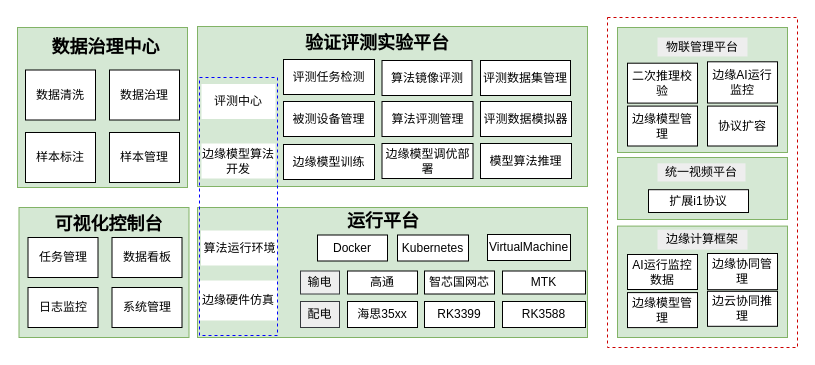
The draw.io diagram page "第 2 页" (2 of 2) of 验证实验评测平台4.0.drawio in paleblackless/diagrams, before the edit. Source tidied: cells renumbered, new cells numbered last; positions are measured from the earlier drawing's top-left corner, leaving out a move shared by most shapes. Both pictures are drawn from the tidied source at 100%, with x=0, y=0 at pixel (17, 17).
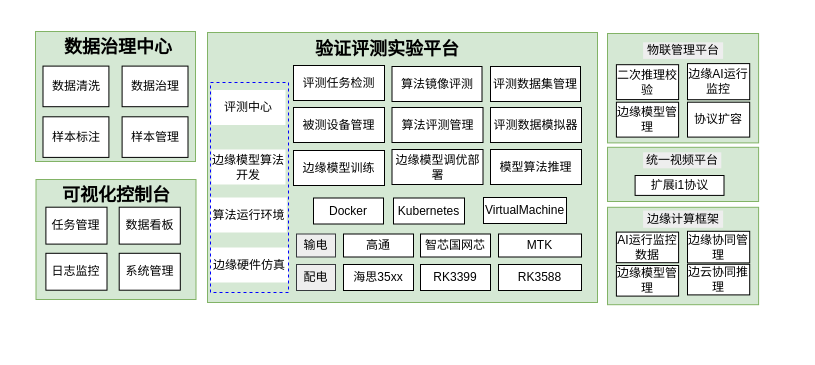
After the change.

Commit message:
更新验证实验评测平台4.0.drawio

Diff of the diagram source:
```diff
@@
-    <mxCell id="2" style="rounded=0;whiteSpace=wrap;html=1;fillColor=#d5e8d4;strokeColor=#82b366;" parent="1" vertex="1">
-      <mxGeometry x="600" y="140" width="170" height="62" as="geometry" />
-    </mxCell>
-    <mxCell id="3" style="rounded=0;whiteSpace=wrap;html=1;fillColor=#d5e8d4;strokeColor=#82b366;" parent="1" vertex="1">
-      <mxGeometry y="10" width="170" height="160" as="geometry" />
-    </mxCell>
-    <mxCell id="4" style="group;" parent="1" vertex="1">
-      <mxGeometry x="8" y="15" width="154" height="150" as="geometry" />
-    </mxCell>
-    <mxCell id="5" value="&lt;font style=&quot;font-size: 18px;&quot;&gt;&lt;b&gt;数据治理中心&lt;/b&gt;&lt;/font&gt;" style="text;html=1;strokeColor=none;fillColor=none;align=center;verticalAlign=middle;whiteSpace=wrap;rounded=0;fontFamily=Helvetica;fontSize=21;" parent="4" vertex="1">
-      <mxGeometry x="7" width="147" height="25" as="geometry" />
-    </mxCell>
-    <mxCell id="6" value="数据清洗" style="rounded=0;whiteSpace=wrap;html=1;" parent="4" vertex="1">
-      <mxGeometry y="37.5" width="70" height="50" as="geometry" />
-    </mxCell>
-    <mxCell id="7" value="样本管理" style="rounded=0;whiteSpace=wrap;html=1;" parent="4" vertex="1">
-      <mxGeometry x="84" y="100" width="70" height="50" as="geometry" />
-    </mxCell>
-    <mxCell id="8" value="样本标注" style="rounded=0;whiteSpace=wrap;html=1;" parent="4" vertex="1">
-      <mxGeometry y="100" width="70" height="50" as="geometry" />
-    </mxCell>
-    <mxCell id="9" value="数据治理" style="rounded=0;whiteSpace=wrap;html=1;" parent="4" vertex="1">
-      <mxGeometry x="84" y="37.5" width="70" height="50" as="geometry" />
-    </mxCell>
-    <mxCell id="10" style="rounded=0;whiteSpace=wrap;html=1;fillColor=#d5e8d4;strokeColor=#82b366;" parent="1" vertex="1">
-      <mxGeometry x="180" y="190" width="390" height="130" as="geometry" />
-    </mxCell>
-    <mxCell id="11" value="高通" style="rounded=0;whiteSpace=wrap;html=1;" parent="1" vertex="1">
-      <mxGeometry x="330" y="253.5" width="70" height="23" as="geometry" />
-    </mxCell>
-    <mxCell id="12" value="智芯国网芯" style="rounded=0;whiteSpace=wrap;html=1;" parent="1" vertex="1">
-      <mxGeometry x="407" y="253.5" width="70" height="23" as="geometry" />
-    </mxCell>
-    <mxCell id="13" value="MTK" style="rounded=0;whiteSpace=wrap;html=1;" parent="1" vertex="1">
-      <mxGeometry x="485" y="253.5" width="83" height="23" as="geometry" />
-    </mxCell>
-    <mxCell id="14" value="海思35xx" style="rounded=0;whiteSpace=wrap;html=1;" parent="1" vertex="1">
-      <mxGeometry x="330" y="284" width="70" height="26" as="geometry" />
-    </mxCell>
-    <mxCell id="15" value="RK3399" style="rounded=0;whiteSpace=wrap;html=1;" parent="1" vertex="1">
-      <mxGeometry x="407" y="284" width="70" height="26" as="geometry" />
-    </mxCell>
-    <mxCell id="16" value="RK3588" style="rounded=0;whiteSpace=wrap;html=1;" parent="1" vertex="1">
-      <mxGeometry x="485" y="284" width="83" height="26" as="geometry" />
-    </mxCell>
-    <mxCell id="17" value="输电" style="rounded=0;whiteSpace=wrap;html=1;strokeColor=#36393d;fillColor=#eeeeee;" parent="1" vertex="1">
-      <mxGeometry x="283" y="253.5" width="39" height="23" as="geometry" />
-    </mxCell>
-    <mxCell id="18" value="配电" style="rounded=0;whiteSpace=wrap;html=1;strokeColor=#36393d;fillColor=#eeeeee;" parent="1" vertex="1">
-      <mxGeometry x="283" y="284" width="39" height="26" as="geometry" />
-    </mxCell>
-    <mxCell id="19" style="rounded=0;whiteSpace=wrap;html=1;fillColor=#d5e8d4;strokeColor=#82b366;" parent="1" vertex="1">
-      <mxGeometry x="1.5" y="190" width="170" height="130" as="geometry" />
-    </mxCell>
-    <mxCell id="20" value="&lt;font style=&quot;font-size: 18px;&quot;&gt;&lt;b&gt;可视化控制台&lt;/b&gt;&lt;/font&gt;" style="text;html=1;strokeColor=none;fillColor=none;align=center;verticalAlign=middle;whiteSpace=wrap;rounded=0;fontFamily=Helvetica;fontSize=21;" parent="1" vertex="1">
-      <mxGeometry x="17.5" y="190" width="147" height="30" as="geometry" />
-    </mxCell>
-    <mxCell id="21" value="任务管理" style="rounded=0;whiteSpace=wrap;html=1;" parent="1" vertex="1">
-      <mxGeometry x="10.5" y="220" width="70" height="40" as="geometry" />
-    </mxCell>
-    <mxCell id="22" value="数据看板" style="rounded=0;whiteSpace=wrap;html=1;" parent="1" vertex="1">
-      <mxGeometry x="94.5" y="220" width="70" height="40" as="geometry" />
-    </mxCell>
-    <mxCell id="23" value="日志监控" style="rounded=0;whiteSpace=wrap;html=1;" parent="1" vertex="1">
-      <mxGeometry x="10.5" y="270" width="70" height="40" as="geometry" />
-    </mxCell>
-    <mxCell id="24" value="系统管理" style="rounded=0;whiteSpace=wrap;html=1;" parent="1" vertex="1">
-      <mxGeometry x="94.5" y="270" width="70" height="40" as="geometry" />
-    </mxCell>
+    <mxCell id="63" style="group;" parent="1" vertex="1">
+      <mxGeometry x="190" y="15" width="390" height="270" as="geometry" />
+    </mxCell>
-    <mxCell id="25" style="group;fillColor=#d5e8d4;strokeColor=#82b366;" parent="1" vertex="1">
-      <mxGeometry x="180" y="9" width="390" height="160" as="geometry" />
+    <mxCell id="25" style="group;fillColor=#d5e8d4;strokeColor=#82b366;" parent="63" vertex="1">
+      <mxGeometry width="390" height="270" as="geometry" />
     </mxCell>
-    <mxCell id="26" style="rounded=0;whiteSpace=wrap;html=1;fillColor=#d5e8d4;strokeColor=#82b366;" parent="25" vertex="1">
-      <mxGeometry width="390" height="160" as="geometry" />
-    </mxCell>
-    <mxCell id="27" value="&lt;span style=&quot;font-size: 18px;&quot;&gt;&lt;b&gt;验证评测实验平台&lt;/b&gt;&lt;/span&gt;" style="text;html=1;strokeColor=none;fillColor=none;align=center;verticalAlign=middle;whiteSpace=wrap;rounded=0;fontFamily=Helvetica;fontSize=21;" parent="25" vertex="1">
+    <mxCell id="27" value="&lt;span style=&quot;font-size: 18px;&quot;&gt;&lt;b&gt;验证评测实验平台&lt;/b&gt;&lt;/span&gt;" style="text;html=1;strokeColor=none;fillColor=none;align=center;verticalAlign=middle;whiteSpace=wrap;rounded=0;fontFamily=Helvetica;fontSize=21;" parent="63" vertex="1">
       <mxGeometry x="100" width="160" height="30" as="geometry" />
     </mxCell>
-    <mxCell id="28" value="评测中心" style="rounded=0;whiteSpace=wrap;html=1;strokeColor=none;" parent="25" vertex="1">
+    <mxCell id="28" value="评测中心" style="rounded=0;whiteSpace=wrap;html=1;strokeColor=none;" parent="63" vertex="1">
       <mxGeometry x="4" y="57.5" width="74" height="35" as="geometry" />
     </mxCell>
-    <mxCell id="29" value="评测任务检测" style="rounded=0;whiteSpace=wrap;html=1;strokeColor=default;" parent="25" vertex="1">
+    <mxCell id="29" value="评测任务检测" style="rounded=0;whiteSpace=wrap;html=1;strokeColor=default;" parent="63" vertex="1">
       <mxGeometry x="86" y="33" width="91" height="35" as="geometry" />
     </mxCell>
-    <mxCell id="30" value="算法镜像评测" style="rounded=0;whiteSpace=wrap;html=1;strokeColor=default;" parent="25" vertex="1">
+    <mxCell id="30" value="算法镜像评测" style="rounded=0;whiteSpace=wrap;html=1;strokeColor=default;" parent="63" vertex="1">
       <mxGeometry x="184.5" y="34" width="90" height="35" as="geometry" />
     </mxCell>
-    <mxCell id="31" value="评测数据集管理" style="rounded=0;whiteSpace=wrap;html=1;strokeColor=default;" parent="25" vertex="1">
+    <mxCell id="31" value="评测数据集管理" style="rounded=0;whiteSpace=wrap;html=1;strokeColor=default;" parent="63" vertex="1">
       <mxGeometry x="283" y="34" width="90" height="35" as="geometry" />
     </mxCell>
-    <mxCell id="32" value="被测设备管理" style="rounded=0;whiteSpace=wrap;html=1;strokeColor=default;" parent="25" vertex="1">
+    <mxCell id="32" value="被测设备管理" style="rounded=0;whiteSpace=wrap;html=1;strokeColor=default;" parent="63" vertex="1">
       <mxGeometry x="86" y="75" width="91" height="35" as="geometry" />
     </mxCell>
-    <mxCell id="33" value="算法评测管理" style="rounded=0;whiteSpace=wrap;html=1;strokeColor=default;" parent="25" vertex="1">
+    <mxCell id="33" value="算法评测管理" style="rounded=0;whiteSpace=wrap;html=1;strokeColor=default;" parent="63" vertex="1">
       <mxGeometry x="184.5" y="75" width="91" height="35" as="geometry" />
     </mxCell>
-    <mxCell id="34" value="评测数据模拟器" style="rounded=0;whiteSpace=wrap;html=1;strokeColor=default;" parent="25" vertex="1">
+    <mxCell id="34" value="评测数据模拟器" style="rounded=0;whiteSpace=wrap;html=1;strokeColor=default;" parent="63" vertex="1">
       <mxGeometry x="283" y="75" width="91" height="35" as="geometry" />
     </mxCell>
-    <mxCell id="35" value="边缘模型算法开发" style="rounded=0;whiteSpace=wrap;html=1;strokeColor=none;" parent="25" vertex="1">
+    <mxCell id="35" value="边缘模型算法开发" style="rounded=0;whiteSpace=wrap;html=1;strokeColor=none;" parent="63" vertex="1">
       <mxGeometry x="4" y="117" width="74" height="35" as="geometry" />
     </mxCell>
-    <mxCell id="36" value="边缘模型训练" style="rounded=0;whiteSpace=wrap;html=1;strokeColor=default;" parent="25" vertex="1">
+    <mxCell id="36" value="边缘模型训练" style="rounded=0;whiteSpace=wrap;html=1;strokeColor=default;" parent="63" vertex="1">
       <mxGeometry x="86" y="118" width="91" height="35" as="geometry" />
     </mxCell>
-    <mxCell id="37" value="边缘模型调优部署" style="rounded=0;whiteSpace=wrap;html=1;strokeColor=default;" parent="25" vertex="1">
+    <mxCell id="37" value="边缘模型调优部署" style="rounded=0;whiteSpace=wrap;html=1;strokeColor=default;" parent="63" vertex="1">
       <mxGeometry x="184.5" y="117" width="91" height="35" as="geometry" />
     </mxCell>
-    <mxCell id="38" value="模型算法推理" style="rounded=0;whiteSpace=wrap;html=1;strokeColor=default;" parent="25" vertex="1">
+    <mxCell id="38" value="模型算法推理" style="rounded=0;whiteSpace=wrap;html=1;strokeColor=default;" parent="63" vertex="1">
       <mxGeometry x="283" y="117" width="91" height="35" as="geometry" />
     </mxCell>
+    <mxCell id="61" value="算法运行环境" style="rounded=0;whiteSpace=wrap;html=1;strokeColor=none;" parent="63" vertex="1">
+      <mxGeometry x="2.8" y="165" width="76.5" height="35" as="geometry" />
+    </mxCell>
+    <mxCell id="41" value="边缘硬件仿真" style="rounded=0;whiteSpace=wrap;html=1;strokeColor=none;fillColor=#FFFFFF;" parent="63" vertex="1">
+      <mxGeometry x="3" y="215" width="78" height="35" as="geometry" />
+    </mxCell>
+    <mxCell id="11" value="高通" style="rounded=0;whiteSpace=wrap;html=1;" parent="63" vertex="1">
+      <mxGeometry x="136" y="201.5" width="70" height="23" as="geometry" />
+    </mxCell>
+    <mxCell id="12" value="智芯国网芯" style="rounded=0;whiteSpace=wrap;html=1;" parent="63" vertex="1">
+      <mxGeometry x="213" y="201.5" width="70" height="23" as="geometry" />
+    </mxCell>
+    <mxCell id="13" value="MTK" style="rounded=0;whiteSpace=wrap;html=1;" parent="63" vertex="1">
+      <mxGeometry x="291" y="201.5" width="83" height="23" as="geometry" />
+    </mxCell>
+    <mxCell id="14" value="海思35xx" style="rounded=0;whiteSpace=wrap;html=1;" parent="63" vertex="1">
+      <mxGeometry x="136" y="232" width="70" height="26" as="geometry" />
+    </mxCell>
+    <mxCell id="15" value="RK3399" style="rounded=0;whiteSpace=wrap;html=1;" parent="63" vertex="1">
+      <mxGeometry x="213" y="232" width="70" height="26" as="geometry" />
+    </mxCell>
+    <mxCell id="16" value="RK3588" style="rounded=0;whiteSpace=wrap;html=1;" parent="63" vertex="1">
+      <mxGeometry x="291" y="232" width="83" height="26" as="geometry" />
+    </mxCell>
+    <mxCell id="17" value="输电" style="rounded=0;whiteSpace=wrap;html=1;strokeColor=#36393d;fillColor=#eeeeee;" parent="63" vertex="1">
+      <mxGeometry x="89" y="201.5" width="39" height="23" as="geometry" />
+    </mxCell>
+    <mxCell id="18" value="配电" style="rounded=0;whiteSpace=wrap;html=1;strokeColor=#36393d;fillColor=#eeeeee;" parent="63" vertex="1">
+      <mxGeometry x="89" y="232" width="39" height="26" as="geometry" />
+    </mxCell>
-    <mxCell id="39" value="Docker" style="rounded=0;whiteSpace=wrap;html=1;" parent="1" vertex="1">
-      <mxGeometry x="300" y="217.5" width="70" height="26" as="geometry" />
+    <mxCell id="39" value="Docker" style="rounded=0;whiteSpace=wrap;html=1;" parent="63" vertex="1">
+      <mxGeometry x="106" y="165.5" width="70" height="26" as="geometry" />
     </mxCell>
-    <mxCell id="40" value="Kubernetes" style="rounded=0;whiteSpace=wrap;html=1;" parent="1" vertex="1">
-      <mxGeometry x="380" y="217.5" width="71" height="26" as="geometry" />
+    <mxCell id="40" value="Kubernetes" style="rounded=0;whiteSpace=wrap;html=1;" parent="63" vertex="1">
+      <mxGeometry x="186" y="165.5" width="71" height="26" as="geometry" />
     </mxCell>
-    <mxCell id="41" value="边缘硬件仿真" style="rounded=0;whiteSpace=wrap;html=1;strokeColor=none;fillColor=#FFFFFF;" parent="1" vertex="1">
-      <mxGeometry x="182" y="263" width="78" height="40" as="geometry" />
-    </mxCell>
-    <mxCell id="42" value="VirtualMachine" style="rounded=0;whiteSpace=wrap;html=1;" parent="1" vertex="1">
-      <mxGeometry x="470" y="217" width="83" height="26" as="geometry" />
+    <mxCell id="42" value="VirtualMachine" style="rounded=0;whiteSpace=wrap;html=1;" parent="63" vertex="1">
+      <mxGeometry x="276" y="165" width="83" height="26" as="geometry" />
     </mxCell>
-    <mxCell id="43" value="&lt;span style=&quot;font-size: 18px;&quot;&gt;&lt;b&gt;运行平台&lt;/b&gt;&lt;/span&gt;" style="text;html=1;strokeColor=none;fillColor=none;align=center;verticalAlign=middle;whiteSpace=wrap;rounded=0;fontFamily=Helvetica;fontSize=21;" parent="1" vertex="1">
-      <mxGeometry x="322" y="187" width="88" height="30" as="geometry" />
-    </mxCell>
+    <mxCell id="62" style="rounded=0;whiteSpace=wrap;html=1;dashed=1;fillColor=none;strokeColor=#0000FF;" parent="63" vertex="1">
+      <mxGeometry x="3" y="50" width="78" height="210" as="geometry" />
+    </mxCell>
+    <mxCell id="64" style="group;" parent="1" vertex="1">
+      <mxGeometry x="18" y="14" width="160" height="130" as="geometry" />
+    </mxCell>
+    <mxCell id="3" style="rounded=0;whiteSpace=wrap;html=1;fillColor=#d5e8d4;strokeColor=#82b366;" parent="64" vertex="1">
+      <mxGeometry width="160" height="130" as="geometry" />
+    </mxCell>
+    <mxCell id="4" style="group;" parent="64" vertex="1">
+      <mxGeometry x="7.5" y="4.1" width="144.9" height="121.9" as="geometry" />
+    </mxCell>
+    <mxCell id="5" value="&lt;font style=&quot;font-size: 18px;&quot;&gt;&lt;b&gt;数据治理中心&lt;/b&gt;&lt;/font&gt;" style="text;html=1;strokeColor=none;fillColor=none;align=center;verticalAlign=middle;whiteSpace=wrap;rounded=0;fontFamily=Helvetica;fontSize=21;" parent="4" vertex="1">
+      <mxGeometry x="6.6" width="138.4" height="20.3" as="geometry" />
+    </mxCell>
+    <mxCell id="6" value="数据清洗" style="rounded=0;whiteSpace=wrap;html=1;" parent="4" vertex="1">
+      <mxGeometry y="30.5" width="65.9" height="40.6" as="geometry" />
+    </mxCell>
+    <mxCell id="7" value="样本管理" style="rounded=0;whiteSpace=wrap;html=1;" parent="4" vertex="1">
+      <mxGeometry x="79.1" y="81.2" width="65.9" height="40.6" as="geometry" />
+    </mxCell>
+    <mxCell id="8" value="样本标注" style="rounded=0;whiteSpace=wrap;html=1;" parent="4" vertex="1">
+      <mxGeometry y="81.2" width="65.9" height="40.6" as="geometry" />
+    </mxCell>
+    <mxCell id="9" value="数据治理" style="rounded=0;whiteSpace=wrap;html=1;" parent="4" vertex="1">
+      <mxGeometry x="79.1" y="30.5" width="65.9" height="40.6" as="geometry" />
+    </mxCell>
+    <mxCell id="65" style="group;" parent="1" vertex="1">
+      <mxGeometry x="20.5" y="162" width="160" height="120" as="geometry" />
+    </mxCell>
+    <mxCell id="19" style="rounded=0;whiteSpace=wrap;html=1;fillColor=#d5e8d4;strokeColor=#82b366;" parent="65" vertex="1">
+      <mxGeometry x="-2" width="160" height="120" as="geometry" />
+    </mxCell>
+    <mxCell id="20" value="&lt;font style=&quot;font-size: 18px;&quot;&gt;&lt;b&gt;可视化控制台&lt;/b&gt;&lt;/font&gt;" style="text;html=1;strokeColor=none;fillColor=none;align=center;verticalAlign=middle;whiteSpace=wrap;rounded=0;fontFamily=Helvetica;fontSize=21;" parent="65" vertex="1">
+      <mxGeometry x="14" width="128.4" height="27.7" as="geometry" />
+    </mxCell>
+    <mxCell id="21" value="任务管理" style="rounded=0;whiteSpace=wrap;html=1;" parent="65" vertex="1">
+      <mxGeometry x="7.9" y="27.7" width="61.1" height="36.9" as="geometry" />
+    </mxCell>
+    <mxCell id="22" value="数据看板" style="rounded=0;whiteSpace=wrap;html=1;" parent="65" vertex="1">
+      <mxGeometry x="81.2" y="27.7" width="61.1" height="36.9" as="geometry" />
+    </mxCell>
+    <mxCell id="23" value="日志监控" style="rounded=0;whiteSpace=wrap;html=1;" parent="65" vertex="1">
+      <mxGeometry x="7.9" y="73.8" width="61.1" height="36.9" as="geometry" />
+    </mxCell>
+    <mxCell id="24" value="系统管理" style="rounded=0;whiteSpace=wrap;html=1;" parent="65" vertex="1">
+      <mxGeometry x="81.2" y="73.8" width="61.1" height="36.9" as="geometry" />
+    </mxCell>
+    <mxCell id="66" style="group;" parent="1" vertex="1">
+      <mxGeometry x="590" y="16" width="151.1" height="271.2" as="geometry" />
+    </mxCell>
+    <mxCell id="2" style="rounded=0;whiteSpace=wrap;html=1;fillColor=#d5e8d4;strokeColor=#82b366;" parent="66" vertex="1">
+      <mxGeometry y="113.8" width="151.1" height="54.2" as="geometry" />
+    </mxCell>
-    <mxCell id="44" value="扩展i1协议" style="rounded=0;whiteSpace=wrap;html=1;" parent="1" vertex="1">
-      <mxGeometry x="631" y="172.2" width="100" height="22.8" as="geometry" />
+    <mxCell id="44" value="扩展i1协议" style="rounded=0;whiteSpace=wrap;html=1;" parent="66" vertex="1">
+      <mxGeometry x="27.6" y="142" width="88.9" height="19.9" as="geometry" />
     </mxCell>
-    <mxCell id="45" value="统一视频平台" style="text;html=1;strokeColor=none;fillColor=#eeeeee;align=center;verticalAlign=middle;whiteSpace=wrap;rounded=0;" parent="1" vertex="1">
-      <mxGeometry x="640" y="145.8" width="88" height="18.2" as="geometry" />
+    <mxCell id="45" value="统一视频平台" style="text;html=1;strokeColor=none;fillColor=#eeeeee;align=center;verticalAlign=middle;whiteSpace=wrap;rounded=0;" parent="66" vertex="1">
+      <mxGeometry x="35.6" y="118.8" width="78.2" height="16" as="geometry" />
     </mxCell>
-    <mxCell id="46" style="group;" parent="1" vertex="1">
-      <mxGeometry x="600" y="10" width="180" height="320" as="geometry" />
-    </mxCell>
-    <mxCell id="47" style="rounded=0;whiteSpace=wrap;html=1;fillColor=#d5e8d4;strokeColor=#82b366;" parent="46" vertex="1">
-      <mxGeometry width="170" height="125" as="geometry" />
+    <mxCell id="47" style="rounded=0;whiteSpace=wrap;html=1;fillColor=#d5e8d4;strokeColor=#82b366;" parent="66" vertex="1">
+      <mxGeometry width="151.1" height="109.4" as="geometry" />
     </mxCell>
-    <mxCell id="48" value="边缘AI运行监控" style="rounded=0;whiteSpace=wrap;html=1;" parent="46" vertex="1">
-      <mxGeometry x="90" y="34.3" width="70" height="41.2" as="geometry" />
+    <mxCell id="48" value="边缘AI运行监控" style="rounded=0;whiteSpace=wrap;html=1;" parent="66" vertex="1">
+      <mxGeometry x="80" y="30.1" width="62.2" height="36.1" as="geometry" />
     </mxCell>
-    <mxCell id="49" value="二次推理校验" style="rounded=0;whiteSpace=wrap;html=1;" parent="46" vertex="1">
-      <mxGeometry x="10" y="35.7" width="70" height="39.9" as="geometry" />
+    <mxCell id="49" value="二次推理校验" style="rounded=0;whiteSpace=wrap;html=1;" parent="66" vertex="1">
+      <mxGeometry x="8.9" y="31.2" width="62.2" height="34.9" as="geometry" />
     </mxCell>
-    <mxCell id="50" value="协议扩容" style="rounded=0;whiteSpace=wrap;html=1;" parent="46" vertex="1">
-      <mxGeometry x="90" y="78.6" width="70" height="39.9" as="geometry" />
+    <mxCell id="50" value="协议扩容" style="rounded=0;whiteSpace=wrap;html=1;" parent="66" vertex="1">
+      <mxGeometry x="80" y="68.7" width="62.2" height="34.9" as="geometry" />
     </mxCell>
-    <mxCell id="51" value="边缘模型管理" style="rounded=0;whiteSpace=wrap;html=1;" parent="46" vertex="1">
-      <mxGeometry x="10" y="78.6" width="70" height="39.9" as="geometry" />
+    <mxCell id="51" value="边缘模型管理" style="rounded=0;whiteSpace=wrap;html=1;" parent="66" vertex="1">
+      <mxGeometry x="8.9" y="68.7" width="62.2" height="34.9" as="geometry" />
     </mxCell>
-    <mxCell id="52" value="物联管理平台" style="text;html=1;strokeColor=none;fillColor=#eeeeee;align=center;verticalAlign=middle;whiteSpace=wrap;rounded=0;" parent="46" vertex="1">
-      <mxGeometry x="40" y="10" width="90" height="19" as="geometry" />
+    <mxCell id="52" value="物联管理平台" style="text;html=1;strokeColor=none;fillColor=#eeeeee;align=center;verticalAlign=middle;whiteSpace=wrap;rounded=0;" parent="66" vertex="1">
+      <mxGeometry x="35.6" y="8.8" width="80" height="16.6" as="geometry" />
     </mxCell>
-    <mxCell id="53" style="rounded=0;whiteSpace=wrap;html=1;dashed=1;fillColor=none;strokeColor=#CC0000;" parent="46" vertex="1">
-      <mxGeometry x="-10" y="-10" width="190" height="330" as="geometry" />
-    </mxCell>
-    <mxCell id="54" style="group;" parent="1" vertex="1">
-      <mxGeometry x="600" y="208.6" width="170" height="111.4" as="geometry" />
-    </mxCell>
-    <mxCell id="55" style="rounded=0;whiteSpace=wrap;html=1;fillColor=#d5e8d4;strokeColor=#82b366;" parent="54" vertex="1">
-      <mxGeometry width="170" height="111.4" as="geometry" />
+    <mxCell id="55" style="rounded=0;whiteSpace=wrap;html=1;fillColor=#d5e8d4;strokeColor=#82b366;" parent="66" vertex="1">
+      <mxGeometry y="173.8" width="151.1" height="97.4" as="geometry" />
     </mxCell>
-    <mxCell id="56" value="边缘协同管理" style="rounded=0;whiteSpace=wrap;html=1;" parent="54" vertex="1">
-      <mxGeometry x="90" y="27.4" width="70" height="36.2" as="geometry" />
+    <mxCell id="56" value="边缘协同管理" style="rounded=0;whiteSpace=wrap;html=1;" parent="66" vertex="1">
+      <mxGeometry x="80" y="197.8" width="62.2" height="31.6" as="geometry" />
     </mxCell>
-    <mxCell id="57" value="AI运行监控数据" style="rounded=0;whiteSpace=wrap;html=1;" parent="54" vertex="1">
-      <mxGeometry x="10" y="28.4" width="70" height="35" as="geometry" />
+    <mxCell id="57" value="AI运行监控数据" style="rounded=0;whiteSpace=wrap;html=1;" parent="66" vertex="1">
+      <mxGeometry x="8.9" y="198.6" width="62.2" height="30.6" as="geometry" />
     </mxCell>
-    <mxCell id="58" value="边云协同推理" style="rounded=0;whiteSpace=wrap;html=1;" parent="54" vertex="1">
-      <mxGeometry x="90" y="65.2" width="70" height="35" as="geometry" />
+    <mxCell id="58" value="边云协同推理" style="rounded=0;whiteSpace=wrap;html=1;" parent="66" vertex="1">
+      <mxGeometry x="80" y="230.8" width="62.2" height="30.6" as="geometry" />
     </mxCell>
-    <mxCell id="59" value="边缘模型管理" style="rounded=0;whiteSpace=wrap;html=1;" parent="54" vertex="1">
-      <mxGeometry x="10" y="66.5" width="70" height="35" as="geometry" />
+    <mxCell id="59" value="边缘模型管理" style="rounded=0;whiteSpace=wrap;html=1;" parent="66" vertex="1">
+      <mxGeometry x="8.9" y="232" width="62.2" height="30.6" as="geometry" />
     </mxCell>
-    <mxCell id="60" value="边缘计算框架" style="text;html=1;strokeColor=none;fillColor=#eeeeee;align=center;verticalAlign=middle;whiteSpace=wrap;rounded=0;" parent="54" vertex="1">
-      <mxGeometry x="40" y="3.7" width="90" height="19.8" as="geometry" />
+    <mxCell id="60" value="边缘计算框架" style="text;html=1;strokeColor=none;fillColor=#eeeeee;align=center;verticalAlign=middle;whiteSpace=wrap;rounded=0;" parent="66" vertex="1">
+      <mxGeometry x="35.6" y="177" width="80" height="17.3" as="geometry" />
     </mxCell>
-    <mxCell id="61" value="算法运行环境" style="rounded=0;whiteSpace=wrap;html=1;strokeColor=none;" parent="1" vertex="1">
-      <mxGeometry x="183.5" y="213" width="76.5" height="35" as="geometry" />
-    </mxCell>
-    <mxCell id="62" style="rounded=0;whiteSpace=wrap;html=1;dashed=1;fillColor=none;strokeColor=#0000FF;" parent="1" vertex="1">
-      <mxGeometry x="182" y="60" width="78" height="258" as="geometry" />
-    </mxCell>
```
